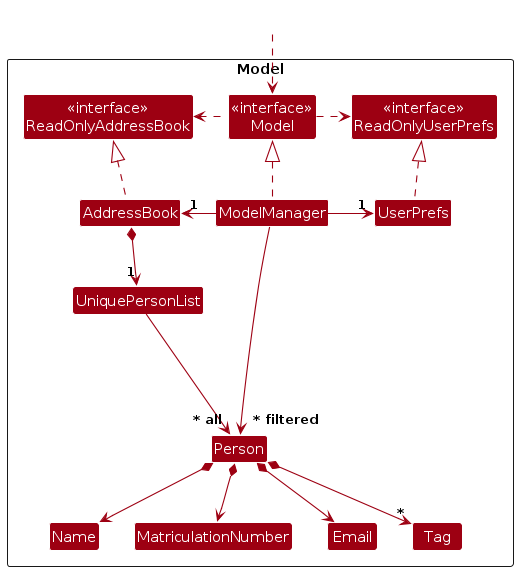
AY2627S1-CS2103T-T10-2/tp keeps this PlantUML diagram as diagrams/ModelClassDiagram.png. Above is the earlier version. Its source is kept beside it as diagrams/ModelClassDiagram.puml.
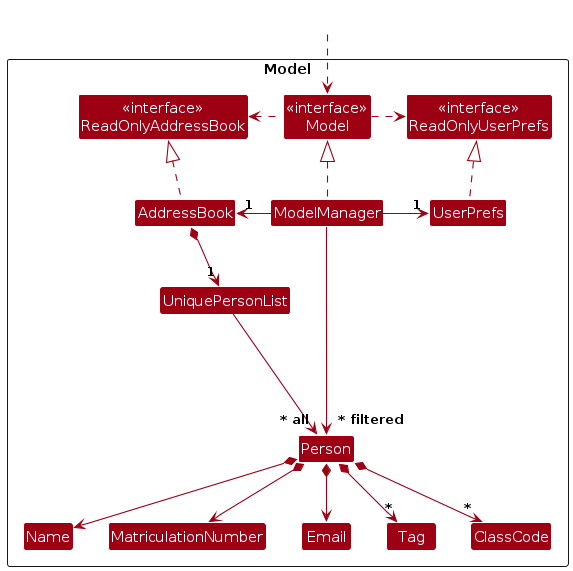
Above is the later version.

The edit, as a diff of the source:
```diff
@@ -18,6 +18,7 @@
 Class Name
 Class MatriculationNumber
 Class Tag
+Class ClassCode
 
 Class I #FFFFFF
 }
@@ -40,6 +41,7 @@
 Person *--> MatriculationNumber
 Person *--> Email
 Person *--> "*" Tag
+Person *--> "*" ClassCode
 
 Person -[hidden]up--> I
 UniquePersonList -[hidden]right-> I
```
